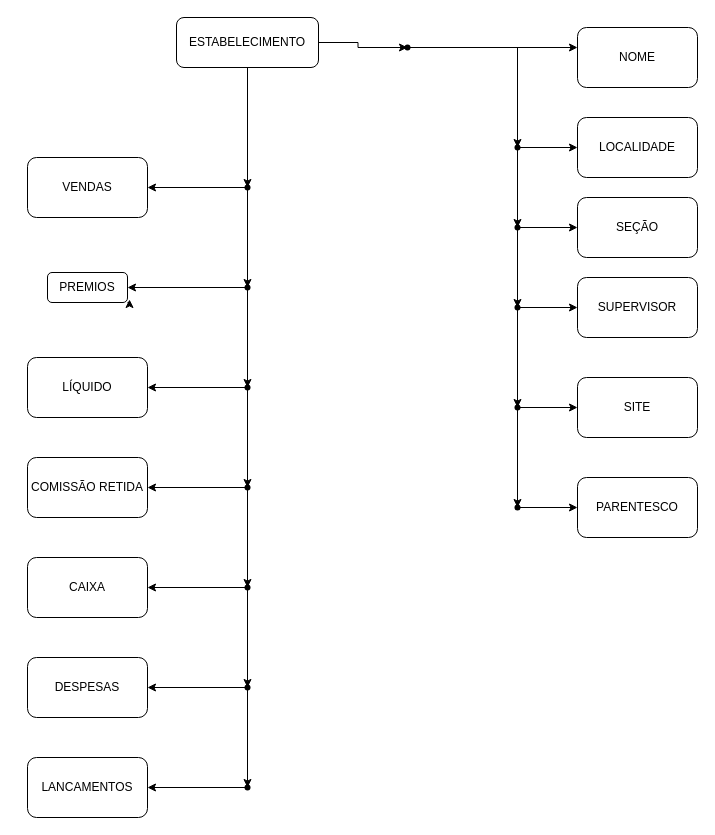
Earlier version of the draw.io diagram Untitled Diagram.drawio (OliverioJunior/typeScript). Source tidied: cells renumbered, new cells numbered last; positions are measured from the earlier drawing's top-left corner, leaving out a move shared by most shapes. Both pictures are drawn from the tidied source at 100%, with x=0, y=0 at pixel (27, 17).
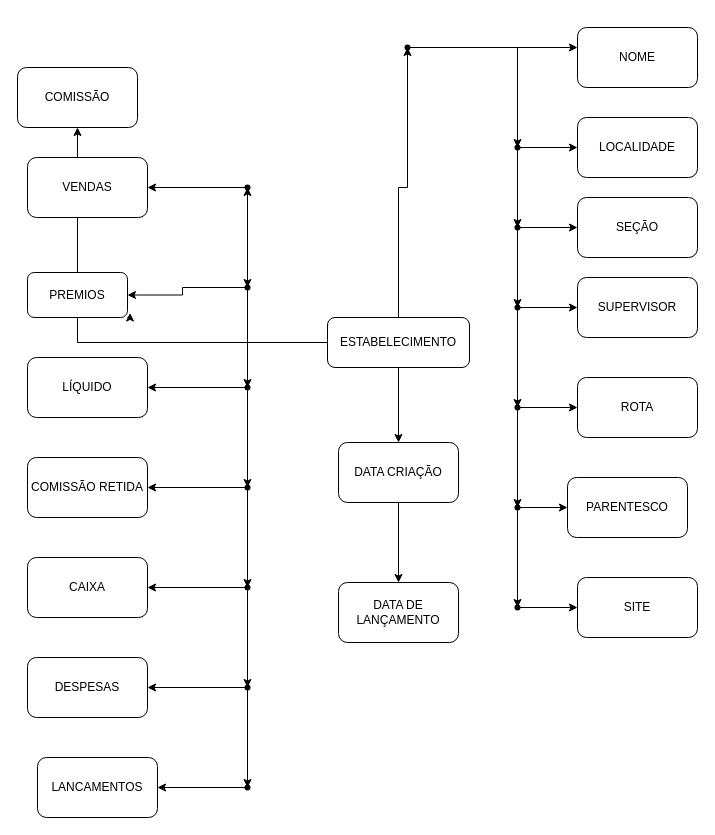
The same page after the edit.

Unchanged cells that the change refers to:
```xml
<mxCell id="25" style="shape=waypoint;sketch=0;size=6;points=[];fillColor=default;perimeter=centerPerimeter;snapToPoint=1;rounded=1;" parent="1" vertex="1">
  <mxGeometry x="480" y="480" width="20" height="20" as="geometry" />
</mxCell>
```

The edit, as a diff of the source:
```diff
@@
+    <mxCell id="56" style="edgeStyle=orthogonalEdgeStyle;rounded=0;jettySize=auto;html=1;" parent="1" edge="1" source="4" target="62">
+      <mxGeometry relative="1" as="geometry" />
+    </mxCell>
+    <mxCell id="57" style="edgeStyle=orthogonalEdgeStyle;rounded=0;jettySize=auto;html=1;" parent="1" edge="1" source="4" target="64">
+      <mxGeometry relative="1" as="geometry" />
+    </mxCell>
     <mxCell id="4" value="ESTABELECIMENTO" style="rounded=1;whiteSpace=wrap;html=1;" parent="1" vertex="1">
-      <mxGeometry x="149" width="142" height="50" as="geometry" />
+      <mxGeometry x="300" y="300" width="142" height="50" as="geometry" />
     </mxCell>
@@
+    <mxCell id="58" style="edgeStyle=orthogonalEdgeStyle;rounded=0;jettySize=auto;html=1;" parent="1" edge="1" source="25" target="60">
+      <mxGeometry relative="1" as="geometry" />
+    </mxCell>
@@
-    <mxCell id="26" value="SITE" style="whiteSpace=wrap;html=1;sketch=0;rounded=1;" parent="1" vertex="1">
+    <mxCell id="26" value="ROTA" style="whiteSpace=wrap;html=1;sketch=0;rounded=1;" parent="1" vertex="1">
       <mxGeometry x="550" y="360" width="120" height="60" as="geometry" />
     </mxCell>
     <mxCell id="27" value="PARENTESCO" style="whiteSpace=wrap;html=1;sketch=0;rounded=1;" parent="1" vertex="1">
-      <mxGeometry x="550" y="460" width="120" height="60" as="geometry" />
+      <mxGeometry x="540" y="460" width="120" height="60" as="geometry" />
     </mxCell>
@@
     <mxCell id="44" value="PREMIOS" style="whiteSpace=wrap;html=1;sketch=0;rounded=1;" parent="1" vertex="1">
-      <mxGeometry x="20" y="255" width="80" height="30" as="geometry" />
+      <mxGeometry y="255" width="100" height="45" as="geometry" />
     </mxCell>
@@
     <mxCell id="55" value="LANCAMENTOS" style="whiteSpace=wrap;html=1;sketch=0;rounded=1;" parent="1" vertex="1">
-      <mxGeometry y="740" width="120" height="60" as="geometry" />
+      <mxGeometry x="10" y="740" width="120" height="60" as="geometry" />
     </mxCell>
+    <mxCell id="59" style="edgeStyle=orthogonalEdgeStyle;rounded=0;jettySize=auto;html=1;" parent="1" edge="1" source="60" target="61">
+      <mxGeometry relative="1" as="geometry" />
+    </mxCell>
+    <mxCell id="60" style="shape=waypoint;sketch=0;size=6;points=[];fillColor=default;perimeter=centerPerimeter;snapToPoint=1;rounded=1;" parent="1" vertex="1">
+      <mxGeometry x="480" y="580" width="20" height="20" as="geometry" />
+    </mxCell>
+    <mxCell id="61" value="SITE" style="whiteSpace=wrap;html=1;sketch=0;rounded=1;" parent="1" vertex="1">
+      <mxGeometry x="550" y="560" width="120" height="60" as="geometry" />
+    </mxCell>
+    <mxCell id="62" value="COMISSÃO" style="whiteSpace=wrap;html=1;rounded=1;" parent="1" vertex="1">
+      <mxGeometry x="-10" y="50" width="120" height="60" as="geometry" />
+    </mxCell>
+    <mxCell id="63" style="edgeStyle=orthogonalEdgeStyle;rounded=0;jettySize=auto;html=1;" parent="1" edge="1" source="64" target="65">
+      <mxGeometry relative="1" as="geometry" />
+    </mxCell>
+    <mxCell id="64" value="DATA CRIAÇÃO" style="whiteSpace=wrap;html=1;rounded=1;" parent="1" vertex="1">
+      <mxGeometry x="311" y="425" width="120" height="60" as="geometry" />
+    </mxCell>
+    <mxCell id="65" value="DATA DE LANÇAMENTO" style="whiteSpace=wrap;html=1;rounded=1;" parent="1" vertex="1">
+      <mxGeometry x="311" y="565" width="120" height="60" as="geometry" />
+    </mxCell>
```
